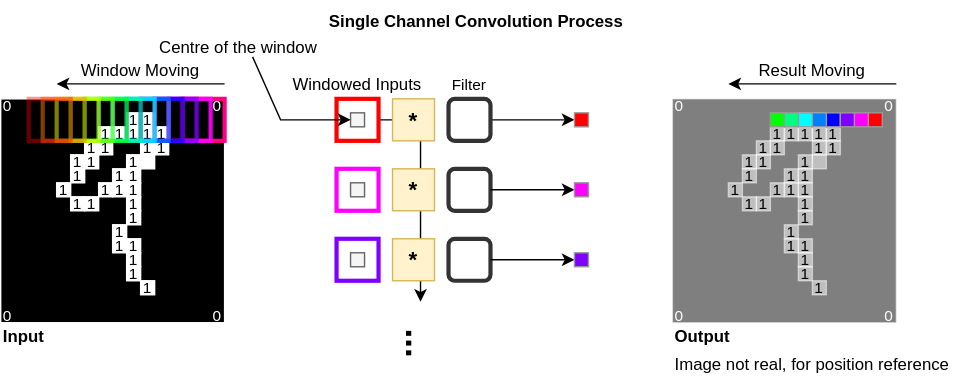
Above: Single-channel Convolution.svg in yyhtbs-yye/course_images (draw.io), before the change. Source tidied: cells renumbered, new cells last; positions are measured from the earlier drawing's top-left corner, leaving out a move shared by most shapes.
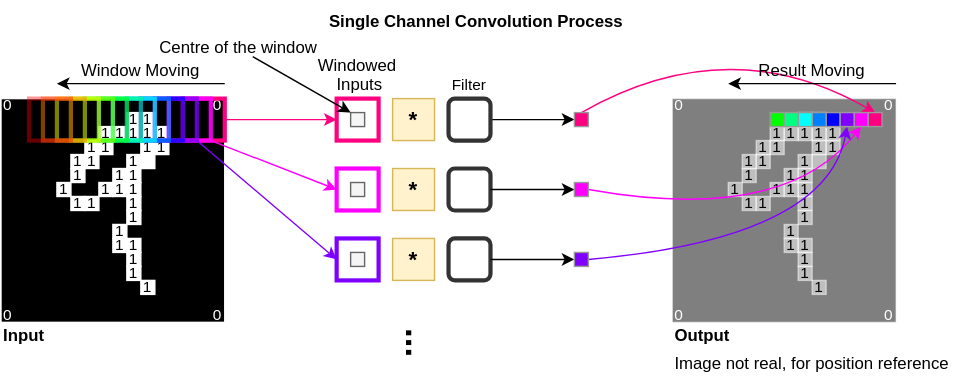
After the change.

What changed in the source:
```diff
@@ -245,10 +245,7 @@
     <mxCell id="82" value="0" style="rounded=0;whiteSpace=wrap;html=1;strokeColor=none;strokeWidth=1;fontSize=11;fontColor=#FFFFFF;fillColor=none;" parent="45" vertex="1">
       <mxGeometry x="150" y="150" width="10" height="10" as="geometry" />
     </mxCell>
-    <mxCell id="83" style="edgeStyle=orthogonalEdgeStyle;rounded=0;jettySize=auto;html=1;fontSize=12;" parent="1" edge="1" source="84" target="121">
-      <mxGeometry relative="1" as="geometry" />
-    </mxCell>
-    <mxCell id="84" style="rounded=0;whiteSpace=wrap;html=1;fontSize=10;fillColor=none;strokeColor=#FF0000;strokeWidth=3;" parent="1" vertex="1">
+    <mxCell id="84" style="rounded=0;whiteSpace=wrap;html=1;fontSize=10;fillColor=none;strokeColor=#FF0080;strokeWidth=3;" parent="1" vertex="1">
       <mxGeometry x="240" y="70" width="30" height="30" as="geometry" />
     </mxCell>
     <mxCell id="85" style="edgeStyle=orthogonalEdgeStyle;rounded=0;jettySize=auto;html=1;exitX=1;exitY=0.5;exitDx=0;exitDy=0;entryX=0;entryY=0.5;entryDx=0;entryDy=0;" parent="1" edge="1" source="86" target="112">
@@ -263,8 +260,8 @@
     <mxCell id="88" value="Filter" style="text;html=1;strokeColor=none;fillColor=none;align=center;verticalAlign=middle;whiteSpace=wrap;rounded=0;fontSize=11;" parent="1" vertex="1">
       <mxGeometry x="300" y="50" width="70" height="20" as="geometry" />
     </mxCell>
-    <mxCell id="89" value="Windowed Inputs" style="text;html=1;strokeColor=none;fillColor=none;align=center;verticalAlign=middle;whiteSpace=wrap;rounded=0;fontSize=12;" parent="1" vertex="1">
-      <mxGeometry x="200" y="50" width="110" height="20" as="geometry" />
+    <mxCell id="89" value="Windowed" style="text;html=1;strokeColor=none;fillColor=none;align=center;verticalAlign=middle;whiteSpace=wrap;rounded=0;fontSize=12;" parent="1" vertex="1">
+      <mxGeometry x="220" y="37" width="70" height="20" as="geometry" />
     </mxCell>
     <mxCell id="90" style="rounded=0;whiteSpace=wrap;html=1;strokeWidth=1;fontSize=11;fillColor=#f5f5f5;fontColor=#333333;strokeColor=#666666;" parent="1" vertex="1">
       <mxGeometry x="250" y="80" width="10" height="10" as="geometry" />
@@ -272,12 +269,21 @@
     <mxCell id="91" value="Single Channel Convolution Process" style="text;html=1;strokeColor=none;fillColor=none;align=center;verticalAlign=middle;whiteSpace=wrap;rounded=0;fontSize=12;fontColor=default;fontStyle=1;" parent="1" vertex="1">
       <mxGeometry x="160" width="360" height="30" as="geometry" />
     </mxCell>
+    <mxCell id="130" style="edgeStyle=orthogonalEdgeStyle;rounded=0;jettySize=auto;html=1;exitX=1;exitY=0.5;exitDx=0;exitDy=0;entryX=0;entryY=0.5;entryDx=0;entryDy=0;strokeColor=#FF0080;" parent="1" edge="1" source="92" target="84">
+      <mxGeometry relative="1" as="geometry" />
+    </mxCell>
     <mxCell id="92" style="rounded=0;whiteSpace=wrap;html=1;fontSize=10;fillColor=none;strokeColor=#FF0080;strokeWidth=3;" parent="1" vertex="1">
       <mxGeometry x="130" y="70" width="30" height="30" as="geometry" />
     </mxCell>
+    <mxCell id="131" style="rounded=0;jettySize=auto;html=1;exitX=1;exitY=1;exitDx=0;exitDy=0;entryX=0;entryY=0.5;entryDx=0;entryDy=0;strokeColor=#FF00FF;" parent="1" edge="1" source="93" target="104">
+      <mxGeometry relative="1" as="geometry" />
+    </mxCell>
     <mxCell id="93" style="rounded=0;whiteSpace=wrap;html=1;fontSize=10;fillColor=none;strokeColor=#FF00FF;strokeWidth=3;opacity=90;" parent="1" vertex="1">
       <mxGeometry x="120" y="70" width="30" height="30" as="geometry" />
     </mxCell>
+    <mxCell id="132" style="edgeStyle=none;rounded=0;jettySize=auto;html=1;exitX=1;exitY=1;exitDx=0;exitDy=0;entryX=0;entryY=0.5;entryDx=0;entryDy=0;strokeColor=#7F00FF;" parent="1" edge="1" source="94" target="108">
+      <mxGeometry relative="1" as="geometry" />
+    </mxCell>
     <mxCell id="94" style="rounded=0;whiteSpace=wrap;html=1;fontSize=10;fillColor=none;strokeColor=#7F00FF;strokeWidth=3;opacity=80;" parent="1" vertex="1">
       <mxGeometry x="110" y="70" width="30" height="30" as="geometry" />
     </mxCell>
@@ -332,7 +338,14 @@
     <mxCell id="111" style="rounded=0;whiteSpace=wrap;html=1;strokeWidth=1;fontSize=11;fillColor=#f5f5f5;fontColor=#333333;strokeColor=#666666;" parent="1" vertex="1">
       <mxGeometry x="250" y="180" width="10" height="10" as="geometry" />
     </mxCell>
+    <mxCell id="133" style="edgeStyle=none;jettySize=auto;html=1;exitX=0.5;exitY=0;exitDx=0;exitDy=0;entryX=0.5;entryY=0;entryDx=0;entryDy=0;strokeColor=#FF0080;curved=1;" parent="1" edge="1" source="112" target="117">
+      <mxGeometry relative="1" as="geometry">
+        <Array as="points">
+          <mxPoint x="520" y="20" />
+        </Array>
+      </mxGeometry>
+    </mxCell>
-    <mxCell id="112" style="rounded=0;whiteSpace=wrap;html=1;strokeWidth=1;fontSize=11;fillColor=#FF0000;fontColor=#333333;strokeColor=#999999;" parent="1" vertex="1">
+    <mxCell id="112" style="rounded=0;whiteSpace=wrap;html=1;strokeWidth=1;fontSize=11;fillColor=#FF0080;fontColor=#333333;strokeColor=#999999;" parent="1" vertex="1">
       <mxGeometry x="410" y="80" width="10" height="10" as="geometry" />
     </mxCell>
     <mxCell id="113" style="edgeStyle=orthogonalEdgeStyle;rounded=0;jettySize=auto;html=1;exitX=1;exitY=0.5;exitDx=0;exitDy=0;entryX=0;entryY=0.5;entryDx=0;entryDy=0;" parent="1" edge="1" target="114">
@@ -340,6 +353,13 @@
         <mxPoint x="350" y="135" as="sourcePoint" />
       </mxGeometry>
     </mxCell>
+    <mxCell id="134" style="edgeStyle=none;curved=1;jettySize=auto;html=1;exitX=1;exitY=0.5;exitDx=0;exitDy=0;entryX=0.5;entryY=1;entryDx=0;entryDy=0;strokeColor=#FF00FF;" parent="1" edge="1" source="114" target="118">
+      <mxGeometry relative="1" as="geometry">
+        <Array as="points">
+          <mxPoint x="560" y="160" />
+        </Array>
+      </mxGeometry>
+    </mxCell>
     <mxCell id="114" style="rounded=0;whiteSpace=wrap;html=1;strokeWidth=1;fontSize=11;fillColor=#FF00FF;fontColor=#333333;strokeColor=#999999;" parent="1" vertex="1">
       <mxGeometry x="410" y="130" width="10" height="10" as="geometry" />
     </mxCell>
@@ -348,10 +368,17 @@
         <mxPoint x="350" y="185" as="sourcePoint" />
       </mxGeometry>
     </mxCell>
+    <mxCell id="135" style="edgeStyle=none;curved=1;jettySize=auto;html=1;exitX=1;exitY=0.5;exitDx=0;exitDy=0;entryX=0.5;entryY=1;entryDx=0;entryDy=0;strokeColor=#7F00FF;" parent="1" edge="1" source="116" target="119">
+      <mxGeometry relative="1" as="geometry">
+        <Array as="points">
+          <mxPoint x="590" y="170" />
+        </Array>
+      </mxGeometry>
+    </mxCell>
     <mxCell id="116" style="rounded=0;whiteSpace=wrap;html=1;strokeWidth=1;fontSize=11;fillColor=#7F00FF;fontColor=#333333;strokeColor=#999999;" parent="1" vertex="1">
       <mxGeometry x="410" y="180" width="10" height="10" as="geometry" />
     </mxCell>
-    <mxCell id="117" style="rounded=0;whiteSpace=wrap;html=1;strokeWidth=1;fontSize=11;fillColor=#FF0000;fontColor=#333333;strokeColor=#999999;" parent="1" vertex="1">
+    <mxCell id="117" style="rounded=0;whiteSpace=wrap;html=1;strokeWidth=1;fontSize=11;fillColor=#FF0080;fontColor=#333333;strokeColor=#999999;" parent="1" vertex="1">
       <mxGeometry x="620" y="80" width="10" height="10" as="geometry" />
     </mxCell>
     <mxCell id="118" style="rounded=0;whiteSpace=wrap;html=1;strokeWidth=1;fontSize=11;fillColor=#FF00FF;fontColor=#333333;strokeColor=#999999;" parent="1" vertex="1">
@@ -366,12 +393,9 @@
     <mxCell id="121" value="..." style="text;html=1;strokeColor=none;fillColor=none;align=center;verticalAlign=middle;whiteSpace=wrap;rounded=0;fontSize=25;fontStyle=1;rotation=90;" parent="1" vertex="1">
       <mxGeometry x="270" y="230" width="60" height="30" as="geometry" />
     </mxCell>
-    <mxCell id="122" style="endArrow=classic;html=1;rounded=0;fontSize=25;entryX=0;entryY=0.5;entryDx=0;entryDy=0;" parent="1" edge="1" target="90">
+    <mxCell id="122" style="endArrow=classic;html=1;rounded=0;fontSize=25;entryX=0;entryY=0;entryDx=0;entryDy=0;" parent="1" edge="1" target="90">
       <mxGeometry relative="1" as="geometry">
         <mxPoint x="180" y="40" as="sourcePoint" />
-        <Array as="points">
-          <mxPoint x="200" y="85" />
-        </Array>
       </mxGeometry>
     </mxCell>
     <mxCell id="123" value="Centre of the window" style="text;html=1;strokeColor=none;fillColor=none;align=center;verticalAlign=middle;whiteSpace=wrap;rounded=0;fontSize=12;" parent="1" vertex="1">
@@ -401,5 +425,8 @@
     <mxCell id="129" value="Output" style="text;html=1;strokeColor=none;fillColor=none;align=left;verticalAlign=middle;whiteSpace=wrap;rounded=0;fontSize=12;fontStyle=1;" parent="1" vertex="1">
       <mxGeometry x="480" y="230" width="160" height="20" as="geometry" />
     </mxCell>
+    <mxCell id="136" value="&amp;nbsp;Inputs" style="text;html=1;strokeColor=none;fillColor=none;align=center;verticalAlign=middle;whiteSpace=wrap;rounded=0;fontSize=12;" parent="1" vertex="1">
+      <mxGeometry x="220" y="50" width="70" height="20" as="geometry" />
+    </mxCell>
   </root>
 </mxGraphModel>
```
